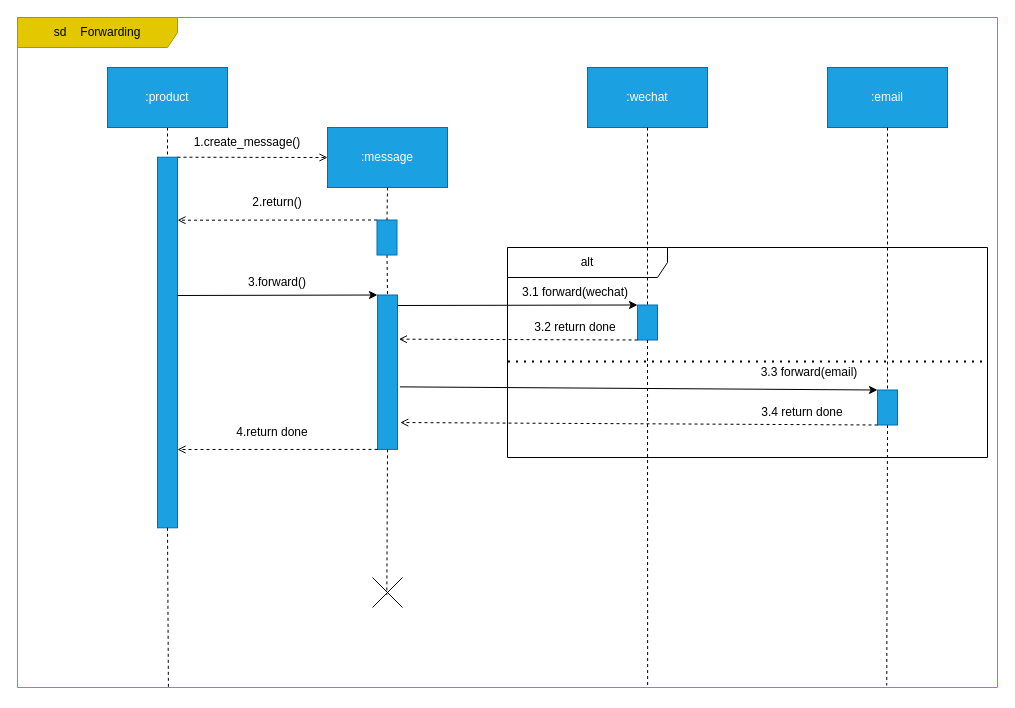
Earlier version of the draw.io diagram Documentation/Interaction Diagram/forwarding ID.drawio (Darrenchenn/Model-based-software-design). Source tidied: cells renumbered, new cells numbered last; positions are measured from the earlier drawing's top-left corner, leaving out a move shared by most shapes. Both pictures are drawn from the tidied source at 100%, with x=0, y=0 at pixel (-18, 17).
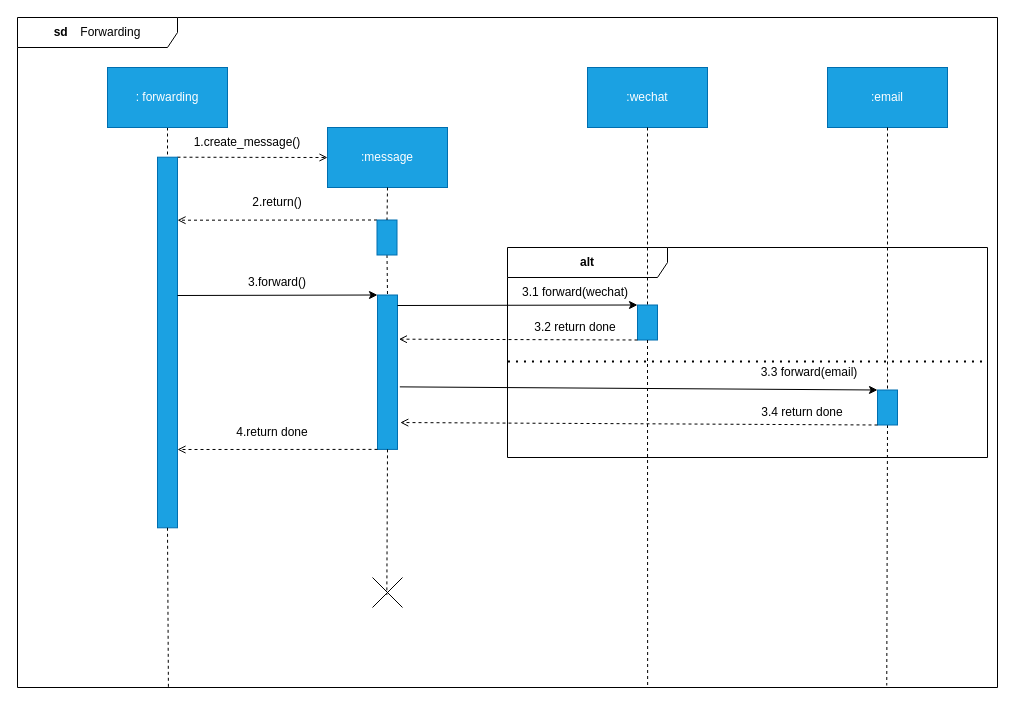
Above is the later version.

Diff of the diagram source:
```diff
@@
-    <mxCell id="2" value="sd&amp;nbsp;&lt;span style=&quot;white-space: pre;&quot;&gt;&#9;&lt;/span&gt;Forwarding" style="shape=umlFrame;whiteSpace=wrap;html=1;width=160;fillColor=#e3c800;fontColor=#000000;strokeColor=#B09500;" parent="1" vertex="1">
+    <mxCell id="2" value="&lt;b&gt;sd&lt;/b&gt;&amp;nbsp;&lt;span style=&quot;white-space: pre;&quot;&gt;&#9;&lt;/span&gt;Forwarding" style="shape=umlFrame;whiteSpace=wrap;html=1;width=160;fillColor=none;fontColor=#000000;strokeColor=#000000;" parent="1" vertex="1">
       <mxGeometry x="35" width="980" height="670" as="geometry" />
     </mxCell>
@@
-    <mxCell id="4" value=":product" style="rounded=0;whiteSpace=wrap;html=1;fillColor=#1ba1e2;fontColor=#ffffff;strokeColor=#006EAF;" parent="2" vertex="1">
+    <mxCell id="4" value=": forwarding" style="rounded=0;whiteSpace=wrap;html=1;fillColor=#1ba1e2;fontColor=#ffffff;strokeColor=#006EAF;" parent="2" vertex="1">
       <mxGeometry x="90" y="50" width="120" height="60" as="geometry" />
     </mxCell>
@@
-    <mxCell id="9" value="alt" style="shape=umlFrame;whiteSpace=wrap;html=1;width=160;" parent="2" vertex="1">
+    <mxCell id="9" value="&lt;b&gt;alt&lt;/b&gt;" style="shape=umlFrame;whiteSpace=wrap;html=1;width=160;" parent="2" vertex="1">
       <mxGeometry x="490" y="230" width="480" height="210" as="geometry" />
     </mxCell>
```
